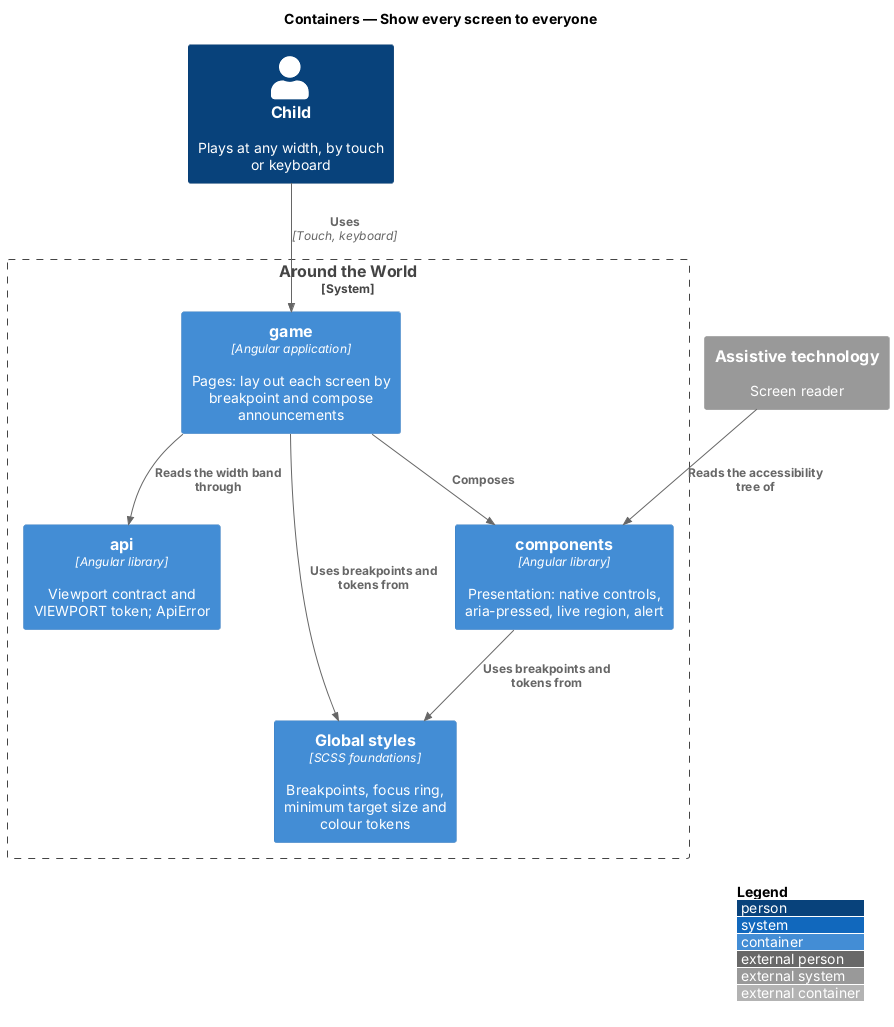
Above: docs/detailed-designs/platform/show-every-screen-to-everyone/diagrams/c4-container.png in QuinntyneBrown/around-the-world (PlantUML), before the change. Its source is kept beside it as docs/detailed-designs/platform/show-every-screen-to-everyone/diagrams/c4-container.puml. Its diagram source:
```plantuml
@startuml
!include <C4/C4_Container>
LAYOUT_WITH_LEGEND()
title Containers — Show every screen to everyone

Person(child, "Child", "Plays at any width, by touch or keyboard")
System_Ext(at, "Assistive technology", "Screen reader")
System_Boundary(atw, "Around the World") {
  Container(game, "game", "Angular application", "Pages: lay out each screen by breakpoint and compose announcements")
  Container(components, "components", "Angular library", "Presentation: native controls, aria-pressed, live region, alert")
  Container(apilib, "api", "Angular library", "Viewport contract and VIEWPORT token; ApiError")
  Container(styles, "Global styles", "SCSS foundations", "Breakpoints, focus ring, minimum target size and colour tokens")
}
Rel(child, game, "Uses", "Touch, keyboard")
Rel(at, components, "Reads the accessibility tree of")
Rel(game, components, "Composes")
Rel(game, apilib, "Reads the width band through")
Rel(game, styles, "Uses breakpoints and tokens from")
Rel(components, styles, "Uses breakpoints and tokens from")
@enduml
```
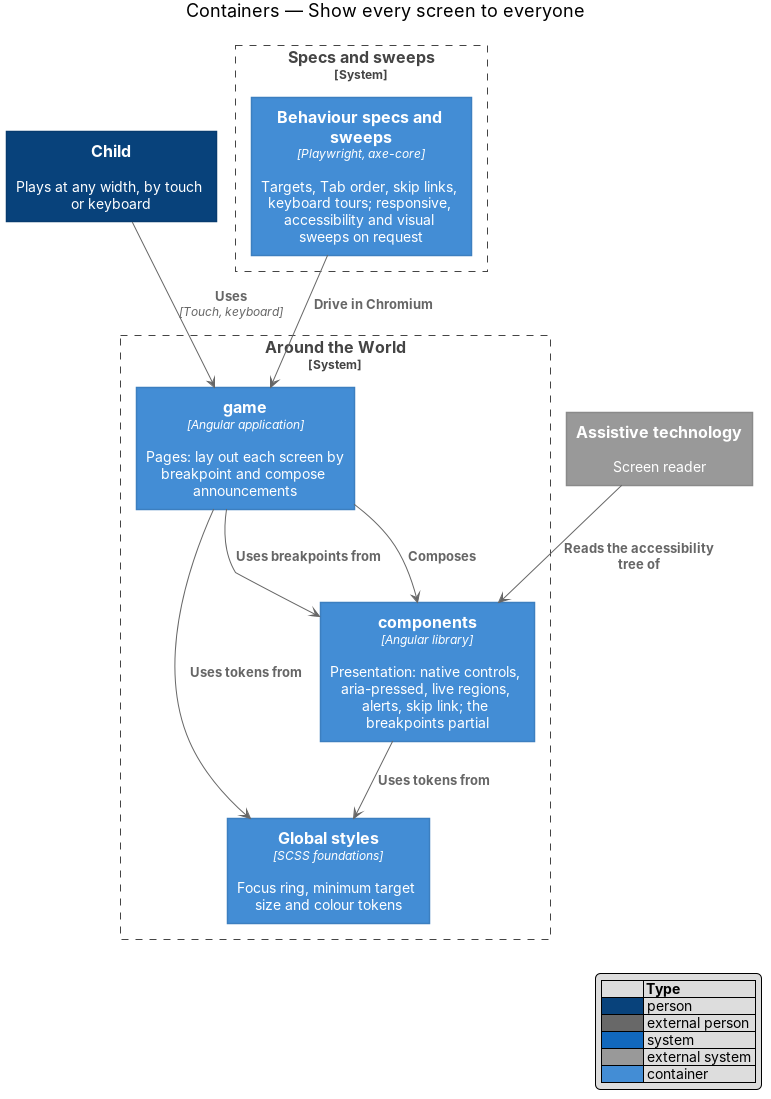
After the commit.

What changed in the source:
```diff
@@ -7,14 +7,17 @@
 System_Ext(at, "Assistive technology", "Screen reader")
 System_Boundary(atw, "Around the World") {
   Container(game, "game", "Angular application", "Pages: lay out each screen by breakpoint and compose announcements")
-  Container(components, "components", "Angular library", "Presentation: native controls, aria-pressed, live region, alert")
-  Container(apilib, "api", "Angular library", "Viewport contract and VIEWPORT token; ApiError")
-  Container(styles, "Global styles", "SCSS foundations", "Breakpoints, focus ring, minimum target size and colour tokens")
+  Container(components, "components", "Angular library", "Presentation: native controls, aria-pressed, live regions, alerts, skip link; the breakpoints partial")
+  Container(styles, "Global styles", "SCSS foundations", "Focus ring, minimum target size and colour tokens")
+}
+System_Boundary(tests, "Specs and sweeps") {
+  Container(specs, "Behaviour specs and sweeps", "Playwright, axe-core", "Targets, Tab order, skip links, keyboard tours; responsive, accessibility and visual sweeps on request")
 }
 Rel(child, game, "Uses", "Touch, keyboard")
 Rel(at, components, "Reads the accessibility tree of")
 Rel(game, components, "Composes")
-Rel(game, apilib, "Reads the width band through")
-Rel(game, styles, "Uses breakpoints and tokens from")
-Rel(components, styles, "Uses breakpoints and tokens from")
+Rel(specs, game, "Drive in Chromium")
+Rel(game, styles, "Uses tokens from")
+Rel(game, components, "Uses breakpoints from")
+Rel(components, styles, "Uses tokens from")
 @enduml
```
